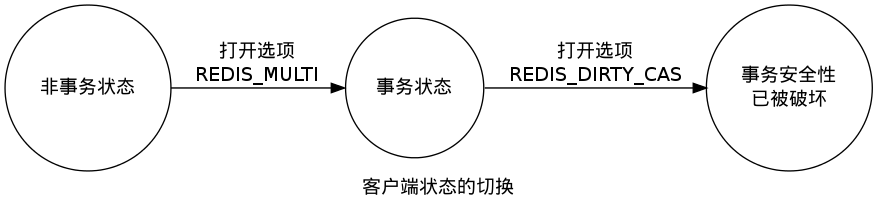
Before: feature/image/dirty_cas.png, a diagram exported from Graphviz (huangzworks/redisbook). Its source is kept beside it as feature/image/dirty_cas.dot.
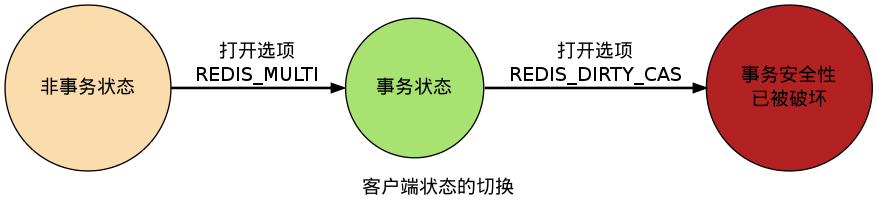
The same file after the commit.

What changed in the source:
```diff
@@ -1,14 +1,18 @@
 digraph dirty_cas {
+
     rankdir = LR;
-    node [shape = circle];
+
+    node [shape = circle, style = filled];
+
+    edge [style = bold];
 
     label = "客户端状态的切换";
 
-    normal [label = "非事务状态"];
+    normal [label = "非事务状态", fillcolor = "#FADCAD"];
 
-    transaction [label = "事务状态"];
+    transaction [label = "事务状态", fillcolor = "#A8E270"];
 
-    dirty_cas [label = "事务安全性\n已被破坏"];
+    dirty_cas [label = "事务安全性\n已被破坏", fillcolor = "#B22222"];
 
     normal -> transaction [label = "打开选项\nREDIS_MULTI"];
 
```
